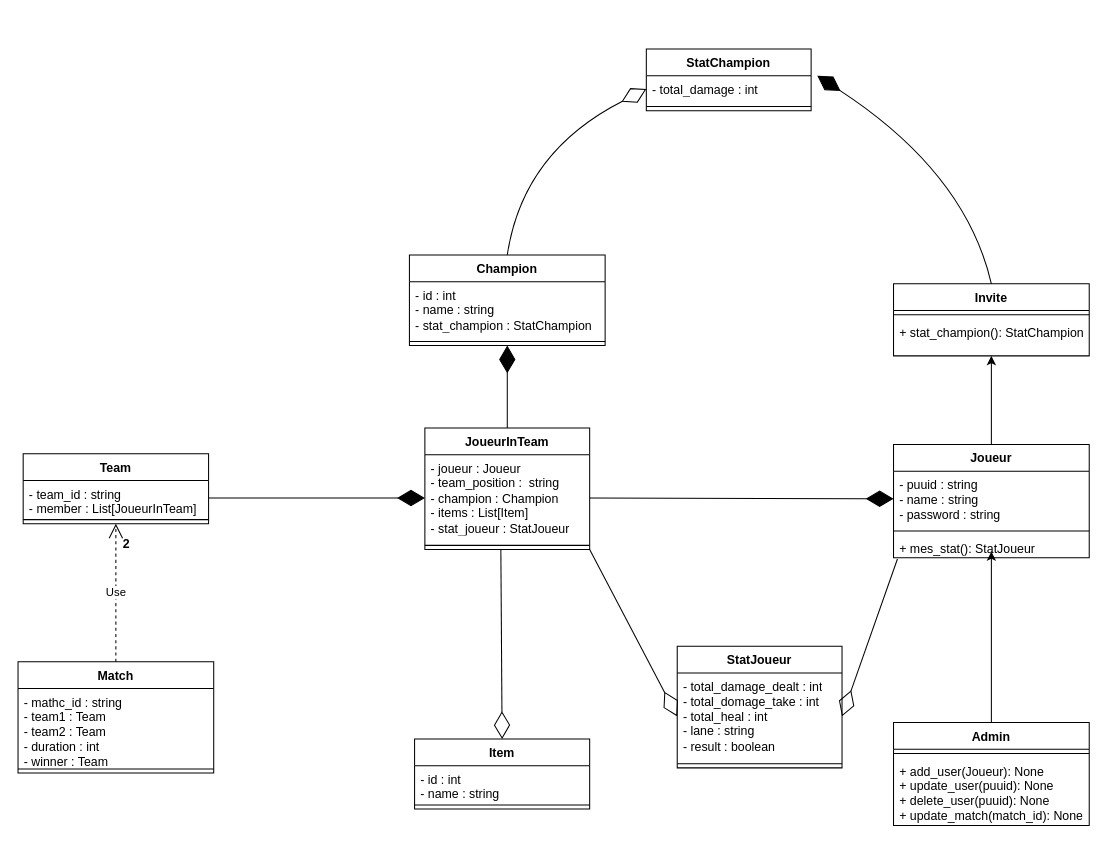
Above: Image Prod/League of legends.drawio in Niyo-D-JC/HelpWork (draw.io), before the change. Source tidied: cells renumbered, new cells numbered last; positions are measured from the earlier drawing's top-left corner, leaving out a move shared by most shapes. Both pictures are drawn from the tidied source at 103%, with x=0, y=0 at pixel (18, 48).
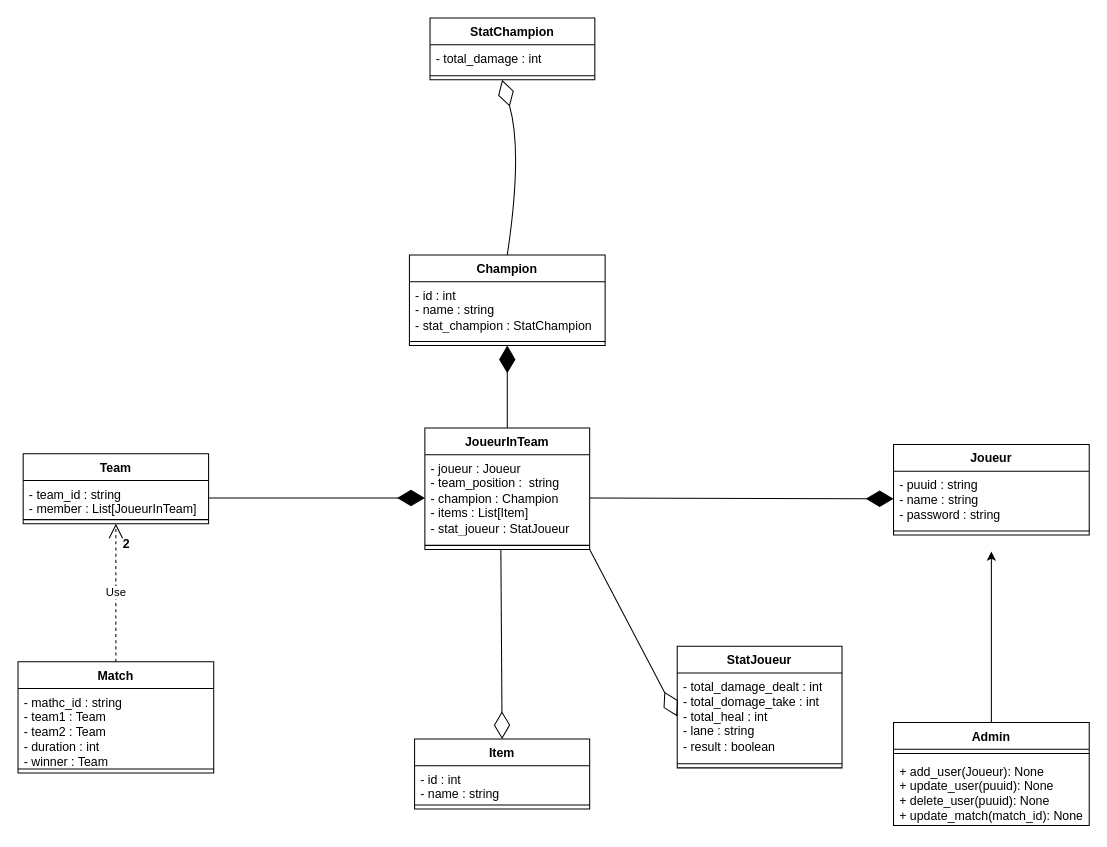
The same diagram, later.

Commit message:
Mettre à jour League of legends.drawio

Unchanged cells that the change refers to:
```xml
<mxCell id="6" value="- total_damage : int" style="text;strokeColor=none;fillColor=none;align=left;verticalAlign=top;spacingLeft=4;spacingRight=4;overflow=hidden;points=[[0,0.5],[1,0.5]];portConstraint=eastwest;whiteSpace=wrap;html=1;" parent="5" vertex="1">
  <mxGeometry y="26" width="160" height="26" as="geometry" />
</mxCell>
<mxCell id="10" value="- total_damage_dealt : int&lt;br&gt;- total_domage_take : int&lt;br&gt;- total_heal : int&lt;br&gt;- lane : string&lt;br&gt;- result : boolean" style="text;strokeColor=none;fillColor=none;align=left;verticalAlign=top;spacingLeft=4;spacingRight=4;overflow=hidden;points=[[0,0.5],[1,0.5]];portConstraint=eastwest;whiteSpace=wrap;html=1;" parent="9" vertex="1">
  <mxGeometry y="26" width="160" height="84" as="geometry" />
</mxCell>
<mxCell id="33" value="Champion" style="swimlane;fontStyle=1;align=center;verticalAlign=top;horizontal=1;startSize=26;whiteSpace=wrap;html=1;" parent="1" vertex="1">
  <mxGeometry x="380" y="200" width="190" height="88" as="geometry" />
</mxCell>
```

Change to the diagram source:
```diff
@@
-    <mxCell id="2" value="Invite" style="swimlane;fontStyle=1;align=center;verticalAlign=top;horizontal=1;startSize=26;whiteSpace=wrap;html=1;" parent="1" vertex="1">
-      <mxGeometry x="850" y="228" width="190" height="70" as="geometry" />
-    </mxCell>
-    <mxCell id="3" style="line;strokeWidth=1;fillColor=none;align=left;verticalAlign=middle;spacingTop=-1;spacingLeft=3;spacingRight=3;labelPosition=right;strokeColor=inherit;" parent="2" vertex="1">
-      <mxGeometry y="26" width="190" height="8" as="geometry" />
-    </mxCell>
-    <mxCell id="4" value="+ stat_champion(): StatChampion" style="text;strokeColor=none;fillColor=none;align=left;verticalAlign=top;spacingLeft=4;spacingRight=4;overflow=hidden;whiteSpace=wrap;html=1;" parent="2" vertex="1">
-      <mxGeometry y="34" width="190" height="36" as="geometry" />
-    </mxCell>
     <mxCell id="5" value="StatChampion" style="swimlane;fontStyle=1;align=center;verticalAlign=top;horizontal=1;startSize=26;whiteSpace=wrap;html=1;" parent="1" vertex="1">
-      <mxGeometry x="610" width="160" height="60" as="geometry" />
+      <mxGeometry x="400" y="-30" width="160" height="60" as="geometry" />
     </mxCell>
@@
-    <mxCell id="7" style="endArrow=diamondThin;endFill=1;endSize=24;html=1;entryX=0;entryY=0.5;entryDx=0;entryDy=0;curved=1;exitX=0.5;exitY=0;exitDx=0;exitDy=0;" parent="5" edge="1" source="2">
-      <mxGeometry relative="1" as="geometry">
-        <mxPoint x="166" y="26" as="targetPoint" />
-        <Array as="points">
-          <mxPoint x="310" y="120" />
-        </Array>
-      </mxGeometry>
-    </mxCell>
@@
-    <mxCell id="12" style="edgeStyle=orthogonalEdgeStyle;rounded=0;jettySize=auto;html=1;" parent="1" edge="1" source="13">
-      <mxGeometry relative="1" as="geometry">
-        <mxPoint x="945" y="298" as="targetPoint" />
-      </mxGeometry>
-    </mxCell>
     <mxCell id="13" value="Joueur" style="swimlane;fontStyle=1;align=center;verticalAlign=top;horizontal=1;startSize=26;whiteSpace=wrap;html=1;" parent="1" vertex="1">
-      <mxGeometry x="850" y="384" width="190" height="110" as="geometry" />
+      <mxGeometry x="850" y="384" width="190" height="88" as="geometry" />
     </mxCell>
@@
-    <mxCell id="16" value="+ mes_stat(): StatJoueur" style="text;strokeColor=none;fillColor=none;align=left;verticalAlign=top;spacingLeft=4;spacingRight=4;overflow=hidden;points=[[0,0.5],[1,0.5]];portConstraint=eastwest;whiteSpace=wrap;html=1;" parent="13" vertex="1">
-      <mxGeometry y="88" width="190" height="22" as="geometry" />
-    </mxCell>
@@
-    <mxCell id="42" style="endArrow=diamondThin;endFill=0;endSize=24;html=1;entryX=0;entryY=0.5;entryDx=0;entryDy=0;exitX=0.5;exitY=0;exitDx=0;exitDy=0;curved=1;" parent="1" edge="1" source="33" target="6">
+    <mxCell id="42" style="endArrow=diamondThin;endFill=0;endSize=24;html=1;exitX=0.5;exitY=0;exitDx=0;exitDy=0;curved=1;" parent="1" edge="1" source="33">
       <mxGeometry relative="1" as="geometry">
+        <mxPoint x="470" y="30" as="targetPoint" />
         <Array as="points">
           <mxPoint x="490" y="100" />
         </Array>
       </mxGeometry>
     </mxCell>
@@
-    <mxCell id="44" style="endArrow=diamondThin;endFill=0;endSize=24;html=1;rounded=0;entryX=1;entryY=0.5;entryDx=0;entryDy=0;exitX=0.02;exitY=1.055;exitDx=0;exitDy=0;exitPerimeter=0;" parent="1" edge="1" source="16" target="10">
-      <mxGeometry relative="1" as="geometry" />
-    </mxCell>
```
